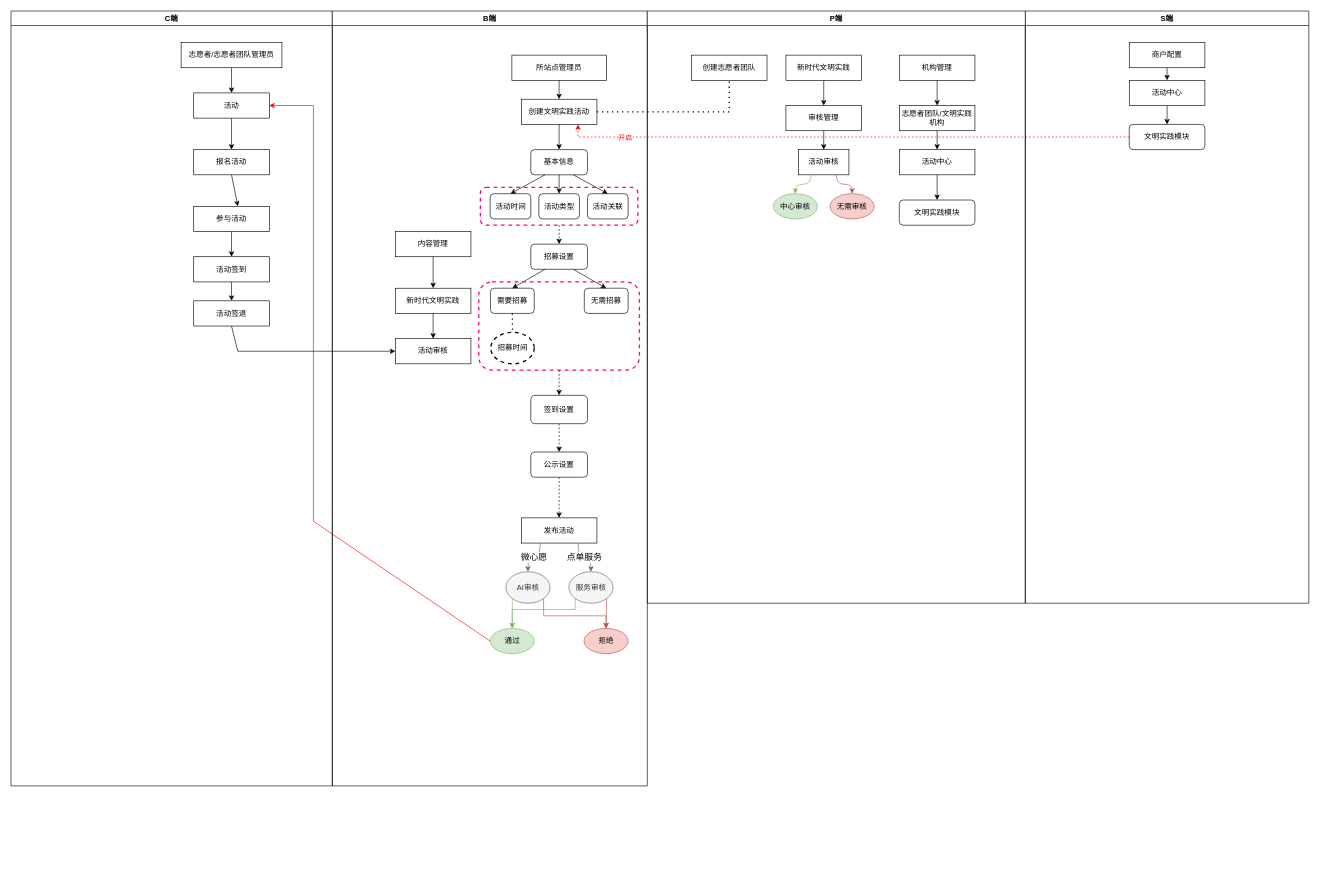
Earlier version of the draw.io diagram 活动.drawio (KZ137onethe/hello-world). Source tidied: cells renumbered, new cells numbered last; positions are measured from the earlier drawing's top-left corner, leaving out a move shared by most shapes. Both pictures are drawn from the tidied source at 63%, with x=0, y=0 at pixel (11, 11).
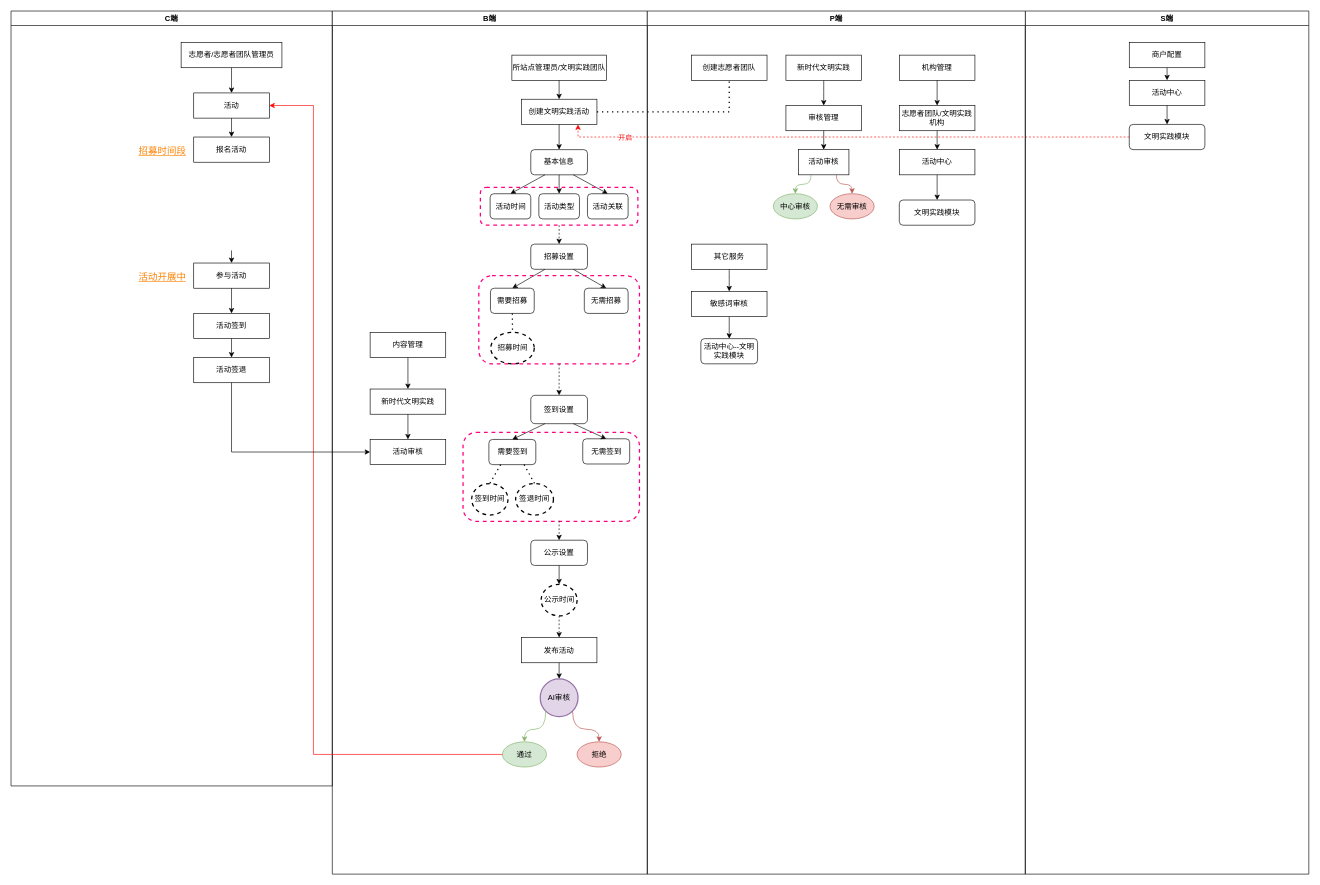
The same diagram, later.

The change refers to these unchanged cells:
```xml
<mxCell id="2" value="C端" style="swimlane;" parent="1" vertex="1">
  <mxGeometry width="510" height="1230" as="geometry" />
</mxCell>
<mxCell id="3" value="活动" style="rounded=0;whiteSpace=wrap;html=1;" parent="2" vertex="1">
  <mxGeometry x="290" y="130" width="120" height="40" as="geometry" />
</mxCell>
<mxCell id="19" value="签到设置" style="rounded=1;whiteSpace=wrap;html=1;" parent="13" vertex="1">
  <mxGeometry x="315" y="610" width="90" height="45" as="geometry" />
</mxCell>
```

Diff of the diagram source:
```diff
@@
     <mxCell id="6" value="报名活动" style="rounded=0;whiteSpace=wrap;html=1;" parent="2" vertex="1">
-      <mxGeometry x="290" y="220" width="120" height="40" as="geometry" />
+      <mxGeometry x="290" y="200" width="120" height="40" as="geometry" />
     </mxCell>
@@
     <mxCell id="8" value="参与活动" style="rounded=0;whiteSpace=wrap;html=1;" parent="2" vertex="1">
-      <mxGeometry x="290" y="310" width="120" height="40" as="geometry" />
+      <mxGeometry x="290" y="400" width="120" height="40" as="geometry" />
     </mxCell>
     <mxCell id="9" value="活动签到" style="rounded=0;whiteSpace=wrap;html=1;" parent="2" vertex="1">
-      <mxGeometry x="290" y="390" width="120" height="40" as="geometry" />
+      <mxGeometry x="290" y="480" width="120" height="40" as="geometry" />
     </mxCell>
     <mxCell id="10" value="活动签退" style="rounded=0;whiteSpace=wrap;html=1;" parent="2" vertex="1">
-      <mxGeometry x="290" y="460" width="120" height="40" as="geometry" />
+      <mxGeometry x="290" y="550" width="120" height="40" as="geometry" />
     </mxCell>
@@
+    <mxCell id="59" style="endArrow=classic;html=1;rounded=0;strokeColor=#000000;entryX=0.5;entryY=0;entryDx=0;entryDy=0;" parent="2" edge="1" target="8">
+      <mxGeometry relative="1" as="geometry">
+        <mxPoint x="350" y="380" as="sourcePoint" />
+      </mxGeometry>
+    </mxCell>
+    <mxCell id="86" value="&lt;font style=&quot;font-size: 15px ; font-weight: normal&quot; color=&quot;#ff8000&quot;&gt;&lt;u&gt;招募时间段&lt;/u&gt;&lt;/font&gt;" style="text;strokeColor=none;fillColor=none;html=1;fontSize=24;fontStyle=1;verticalAlign=middle;align=center;" parent="2" vertex="1">
+      <mxGeometry x="190" y="200" width="100" height="40" as="geometry" />
+    </mxCell>
+    <mxCell id="87" value="&lt;font color=&quot;#ff8000&quot;&gt;&lt;span style=&quot;font-size: 15px ; font-weight: 400&quot;&gt;&lt;u&gt;活动开展中&lt;/u&gt;&lt;/span&gt;&lt;/font&gt;" style="text;strokeColor=none;fillColor=none;html=1;fontSize=24;fontStyle=1;verticalAlign=middle;align=center;" parent="2" vertex="1">
+      <mxGeometry x="190" y="400" width="100" height="40" as="geometry" />
+    </mxCell>
     <mxCell id="13" value="B端" style="swimlane;" parent="1" vertex="1">
-      <mxGeometry x="510" width="500" height="1230" as="geometry" />
+      <mxGeometry x="510" width="500" height="1370" as="geometry" />
     </mxCell>
-    <mxCell id="14" value="所站点管理员" style="rounded=0;whiteSpace=wrap;html=1;" parent="13" vertex="1">
+    <mxCell id="14" value="所站点管理员/文明实践团队" style="rounded=0;whiteSpace=wrap;html=1;" parent="13" vertex="1">
       <mxGeometry x="285" y="70" width="150" height="40" as="geometry" />
     </mxCell>
@@
     <mxCell id="18" value="公示设置" style="rounded=1;whiteSpace=wrap;html=1;" parent="13" vertex="1">
-      <mxGeometry x="315" y="700" width="90" height="40" as="geometry" />
+      <mxGeometry x="315" y="840" width="90" height="40" as="geometry" />
     </mxCell>
@@
     <mxCell id="21" value="发布活动" style="rounded=0;whiteSpace=wrap;html=1;" parent="13" vertex="1">
-      <mxGeometry x="300" y="804.5" width="120" height="40" as="geometry" />
+      <mxGeometry x="300" y="994.5" width="120" height="40" as="geometry" />
     </mxCell>
-    <mxCell id="22" style="endArrow=classic;html=1;rounded=0;exitX=0.5;exitY=1;exitDx=0;exitDy=0;dashed=1;" parent="13" edge="1" source="19">
-      <mxGeometry relative="1" as="geometry">
-        <mxPoint x="360" y="700" as="targetPoint" />
-      </mxGeometry>
-    </mxCell>
-    <mxCell id="23" value="AI审核" style="ellipse;whiteSpace=wrap;html=1;fillColor=#f5f5f5;fontColor=#333333;strokeColor=#666666;" parent="13" vertex="1">
-      <mxGeometry x="275.5" y="890" width="70" height="50" as="geometry" />
-    </mxCell>
-    <mxCell id="24" value="&lt;font style=&quot;font-size: 14px&quot;&gt;微心愿&lt;/font&gt;" style="endArrow=classic;html=1;rounded=0;exitX=0.25;exitY=1;exitDx=0;exitDy=0;fillColor=#f5f5f5;strokeColor=#666666;edgeStyle=orthogonalEdgeStyle;curved=1;" parent="13" edge="1" source="21" target="23">
-      <mxGeometry relative="1" as="geometry" />
-    </mxCell>
-    <mxCell id="25" value="服务审核" style="ellipse;whiteSpace=wrap;html=1;fillColor=#f5f5f5;fontColor=#333333;strokeColor=#666666;" parent="13" vertex="1">
-      <mxGeometry x="375.5" y="890" width="70" height="50" as="geometry" />
-    </mxCell>
-    <mxCell id="26" value="&lt;font style=&quot;font-size: 14px&quot;&gt;点单服务&lt;/font&gt;" style="endArrow=classic;html=1;rounded=0;curved=1;exitX=0.75;exitY=1;exitDx=0;exitDy=0;entryX=0.5;entryY=0;entryDx=0;entryDy=0;edgeStyle=orthogonalEdgeStyle;fillColor=#f5f5f5;strokeColor=#666666;" parent="13" edge="1" source="21" target="25">
-      <mxGeometry relative="1" as="geometry" />
-    </mxCell>
     <mxCell id="27" value="内容管理" style="rounded=0;whiteSpace=wrap;html=1;" parent="13" vertex="1">
-      <mxGeometry x="100" y="350" width="120" height="40" as="geometry" />
+      <mxGeometry x="60" y="510" width="120" height="40" as="geometry" />
     </mxCell>
     <mxCell id="28" value="活动审核" style="rounded=0;whiteSpace=wrap;html=1;" parent="13" vertex="1">
-      <mxGeometry x="100" y="520" width="120" height="40" as="geometry" />
+      <mxGeometry x="60" y="680" width="120" height="40" as="geometry" />
     </mxCell>
     <mxCell id="29" value="新时代文明实践" style="rounded=0;whiteSpace=wrap;html=1;" parent="13" vertex="1">
-      <mxGeometry x="100" y="440" width="120" height="40" as="geometry" />
+      <mxGeometry x="60" y="600" width="120" height="40" as="geometry" />
     </mxCell>
@@
     <mxCell id="32" value="通过" style="ellipse;whiteSpace=wrap;html=1;fillColor=#d5e8d4;strokeColor=#82b366;" parent="13" vertex="1">
-      <mxGeometry x="250.5" y="980" width="70" height="40" as="geometry" />
+      <mxGeometry x="270" y="1160" width="70" height="40" as="geometry" />
     </mxCell>
     <mxCell id="33" value="拒绝" style="ellipse;whiteSpace=wrap;html=1;fillColor=#f8cecc;strokeColor=#b85450;" parent="13" vertex="1">
-      <mxGeometry x="399.5" y="980" width="70" height="40" as="geometry" />
+      <mxGeometry x="388.5" y="1160" width="70" height="40" as="geometry" />
     </mxCell>
-    <mxCell id="34" style="endArrow=classic;html=1;rounded=1;strokeColor=#82b366;exitX=0;exitY=1;exitDx=0;exitDy=0;entryX=0.5;entryY=0;entryDx=0;entryDy=0;fillColor=#d5e8d4;" parent="13" edge="1" source="23" target="32">
-      <mxGeometry relative="1" as="geometry" />
-    </mxCell>
@@
-    <mxCell id="37" style="endArrow=classic;html=1;rounded=0;strokeColor=#82b366;exitX=0;exitY=1;exitDx=0;exitDy=0;entryX=0.5;entryY=0;entryDx=0;entryDy=0;fillColor=#d5e8d4;" parent="13" edge="1" source="25" target="32">
-      <mxGeometry relative="1" as="geometry">
-        <Array as="points">
-          <mxPoint x="385.5" y="950" />
-          <mxPoint x="285.5" y="950" />
-        </Array>
-      </mxGeometry>
-    </mxCell>
-    <mxCell id="38" style="endArrow=classic;html=1;rounded=0;strokeColor=#b85450;exitX=1;exitY=1;exitDx=0;exitDy=0;fillColor=#f8cecc;" parent="13" edge="1" source="25" target="33">
-      <mxGeometry relative="1" as="geometry" />
-    </mxCell>
-    <mxCell id="39" style="endArrow=classic;html=1;rounded=0;strokeColor=#b85450;exitX=1;exitY=1;exitDx=0;exitDy=0;entryX=0.5;entryY=0;entryDx=0;entryDy=0;fillColor=#f8cecc;" parent="13" edge="1" source="23" target="33">
-      <mxGeometry relative="1" as="geometry">
-        <Array as="points">
-          <mxPoint x="335.5" y="960" />
-          <mxPoint x="434.5" y="960" />
-        </Array>
-      </mxGeometry>
-    </mxCell>
@@
+    <mxCell id="55" style="endArrow=classic;html=1;rounded=0;dashed=1;" parent="13" edge="1" target="21">
+      <mxGeometry relative="1" as="geometry">
+        <mxPoint x="360" y="960" as="sourcePoint" />
+      </mxGeometry>
+    </mxCell>
+    <mxCell id="88" value="需要签到" style="rounded=1;whiteSpace=wrap;html=1;" parent="13" vertex="1">
+      <mxGeometry x="248.5" y="680" width="74.5" height="40" as="geometry" />
+    </mxCell>
+    <mxCell id="89" value="无需签到" style="rounded=1;whiteSpace=wrap;html=1;" parent="13" vertex="1">
+      <mxGeometry x="397.5" y="679" width="74.5" height="40" as="geometry" />
+    </mxCell>
+    <mxCell id="90" style="endArrow=classic;html=1;rounded=0;exitX=0.25;exitY=1;exitDx=0;exitDy=0;entryX=0.5;entryY=0;entryDx=0;entryDy=0;" parent="13" edge="1" source="19" target="88">
+      <mxGeometry relative="1" as="geometry" />
+    </mxCell>
+    <mxCell id="91" style="endArrow=classic;html=1;rounded=0;exitX=0.75;exitY=1;exitDx=0;exitDy=0;entryX=0.5;entryY=0;entryDx=0;entryDy=0;" parent="13" edge="1" source="19" target="89">
+      <mxGeometry relative="1" as="geometry" />
+    </mxCell>
+    <mxCell id="92" style="rounded=1;whiteSpace=wrap;html=1;fillColor=none;strokeWidth=2;dashed=1;strokeColor=#FF0080;" parent="13" vertex="1">
+      <mxGeometry x="207.5" y="668.8" width="280" height="141.2" as="geometry" />
+    </mxCell>
+    <mxCell id="93" value="签到时间" style="ellipse;whiteSpace=wrap;html=1;dashed=1;strokeColor=#000000;strokeWidth=2;fillColor=default;" parent="13" vertex="1">
+      <mxGeometry x="221.2" y="750" width="57.6" height="50" as="geometry" />
+    </mxCell>
+    <mxCell id="94" value="签退时间" style="ellipse;whiteSpace=wrap;html=1;dashed=1;strokeColor=#000000;strokeWidth=2;fillColor=default;" parent="13" vertex="1">
+      <mxGeometry x="291" y="750" width="60" height="50" as="geometry" />
+    </mxCell>
+    <mxCell id="95" style="endArrow=none;dashed=1;html=1;dashPattern=1 3;strokeWidth=2;rounded=0;exitX=0.25;exitY=1;exitDx=0;exitDy=0;entryX=0.5;entryY=0;entryDx=0;entryDy=0;" parent="13" edge="1" source="88" target="93">
+      <mxGeometry relative="1" as="geometry" />
+    </mxCell>
+    <mxCell id="96" style="endArrow=none;dashed=1;html=1;dashPattern=1 3;strokeWidth=2;rounded=0;exitX=0.75;exitY=1;exitDx=0;exitDy=0;entryX=0.5;entryY=0;entryDx=0;entryDy=0;" parent="13" edge="1" source="88" target="94">
+      <mxGeometry relative="1" as="geometry" />
+    </mxCell>
+    <mxCell id="97" style="endArrow=classic;html=1;rounded=0;entryX=0.5;entryY=0;entryDx=0;entryDy=0;dashed=1;" parent="13" edge="1" target="18">
+      <mxGeometry relative="1" as="geometry">
+        <mxPoint x="360" y="809" as="sourcePoint" />
+      </mxGeometry>
+    </mxCell>
+    <mxCell id="98" value="公示时间" style="ellipse;whiteSpace=wrap;html=1;dashed=1;strokeColor=#000000;strokeWidth=2;fillColor=default;" parent="13" vertex="1">
+      <mxGeometry x="331.5" y="910" width="57" height="50" as="geometry" />
+    </mxCell>
+    <mxCell id="99" style="endArrow=classic;html=1;rounded=0;exitX=0.5;exitY=1;exitDx=0;exitDy=0;" parent="13" edge="1" source="18" target="98">
+      <mxGeometry relative="1" as="geometry" />
+    </mxCell>
     <mxCell id="53" style="rounded=1;whiteSpace=wrap;html=1;fillColor=none;strokeWidth=2;dashed=1;strokeColor=#FF0080;" parent="13" vertex="1">
-      <mxGeometry x="232.5" y="430" width="255" height="140" as="geometry" />
+      <mxGeometry x="232.5" y="420" width="255" height="140" as="geometry" />
     </mxCell>
@@
-    <mxCell id="55" style="endArrow=classic;html=1;rounded=0;dashed=1;exitX=0.5;exitY=1;exitDx=0;exitDy=0;" parent="13" edge="1" source="18" target="21">
-      <mxGeometry relative="1" as="geometry" />
-    </mxCell>
+    <mxCell id="23" value="AI审核" style="ellipse;whiteSpace=wrap;html=1;strokeColor=#9673a6;strokeWidth=2;fillColor=#e1d5e7;" parent="13" vertex="1">
+      <mxGeometry x="330" y="1060" width="60" height="60" as="geometry" />
+    </mxCell>
+    <mxCell id="24" style="endArrow=classic;html=1;rounded=0;exitX=0.5;exitY=1;exitDx=0;exitDy=0;entryX=0.5;entryY=0;entryDx=0;entryDy=0;" parent="13" edge="1" source="21" target="23">
+      <mxGeometry relative="1" as="geometry" />
+    </mxCell>
+    <mxCell id="34" style="endArrow=classic;html=1;rounded=0;exitX=0;exitY=1;exitDx=0;exitDy=0;entryX=0.5;entryY=0;entryDx=0;entryDy=0;edgeStyle=orthogonalEdgeStyle;curved=1;fillColor=#d5e8d4;strokeColor=#82b366;" parent="13" edge="1" source="23" target="32">
+      <mxGeometry relative="1" as="geometry" />
+    </mxCell>
+    <mxCell id="39" style="endArrow=classic;html=1;rounded=0;curved=1;exitX=1;exitY=1;exitDx=0;exitDy=0;entryX=0.5;entryY=0;entryDx=0;entryDy=0;edgeStyle=orthogonalEdgeStyle;fillColor=#f8cecc;strokeColor=#b85450;" parent="13" edge="1" source="23" target="33">
+      <mxGeometry relative="1" as="geometry" />
+    </mxCell>
@@
     <mxCell id="58" style="endArrow=classic;html=1;rounded=0;strokeColor=#FF0000;exitX=0;exitY=0.5;exitDx=0;exitDy=0;entryX=1;entryY=0.5;entryDx=0;entryDy=0;" parent="1" edge="1" source="32" target="3">
       <mxGeometry relative="1" as="geometry">
         <Array as="points">
-          <mxPoint x="480" y="810" />
+          <mxPoint x="480" y="1180" />
           <mxPoint x="480" y="150" />
         </Array>
       </mxGeometry>
     </mxCell>
-    <mxCell id="59" style="endArrow=classic;html=1;rounded=0;strokeColor=#000000;exitX=0.5;exitY=1;exitDx=0;exitDy=0;" parent="1" edge="1" source="6">
-      <mxGeometry relative="1" as="geometry">
-        <mxPoint x="360" y="310" as="targetPoint" />
-      </mxGeometry>
-    </mxCell>
     <mxCell id="60" style="endArrow=classic;html=1;rounded=0;fontSize=14;strokeColor=#000000;exitX=0.5;exitY=1;exitDx=0;exitDy=0;entryX=0;entryY=0.5;entryDx=0;entryDy=0;" parent="1" edge="1" source="10" target="28">
       <mxGeometry relative="1" as="geometry">
         <Array as="points">
-          <mxPoint x="360" y="540" />
+          <mxPoint x="350" y="700" />
         </Array>
       </mxGeometry>
     </mxCell>
     <mxCell id="61" value="S端" style="swimlane;" parent="1" vertex="1">
-      <mxGeometry x="1610" width="450" height="940" as="geometry" />
+      <mxGeometry x="1610" width="450" height="1370" as="geometry" />
     </mxCell>
@@
     <mxCell id="69" value="P端" style="swimlane;" parent="1" vertex="1">
-      <mxGeometry x="1010" width="600" height="940" as="geometry" />
+      <mxGeometry x="1010" width="600" height="1370" as="geometry" />
     </mxCell>
@@
+    <mxCell id="100" value="其它服务" style="rounded=0;whiteSpace=wrap;html=1;strokeColor=#000000;strokeWidth=1;fillColor=default;" parent="69" vertex="1">
+      <mxGeometry x="70" y="370" width="120" height="40" as="geometry" />
+    </mxCell>
+    <mxCell id="101" value="敏感词审核" style="rounded=0;whiteSpace=wrap;html=1;strokeColor=#000000;strokeWidth=1;fillColor=default;" parent="69" vertex="1">
+      <mxGeometry x="70" y="445" width="120" height="40" as="geometry" />
+    </mxCell>
+    <mxCell id="102" value="活动中心--文明实践模块" style="rounded=1;whiteSpace=wrap;html=1;" parent="69" vertex="1">
+      <mxGeometry x="85" y="520" width="90" height="40" as="geometry" />
+    </mxCell>
+    <mxCell id="103" style="endArrow=classic;html=1;rounded=0;curved=1;exitX=0.5;exitY=1;exitDx=0;exitDy=0;" parent="69" edge="1" source="100" target="101">
+      <mxGeometry relative="1" as="geometry" />
+    </mxCell>
+    <mxCell id="104" style="endArrow=classic;html=1;rounded=0;curved=1;exitX=0.5;exitY=1;exitDx=0;exitDy=0;" parent="69" edge="1" source="101" target="102">
+      <mxGeometry relative="1" as="geometry" />
+    </mxCell>
```
